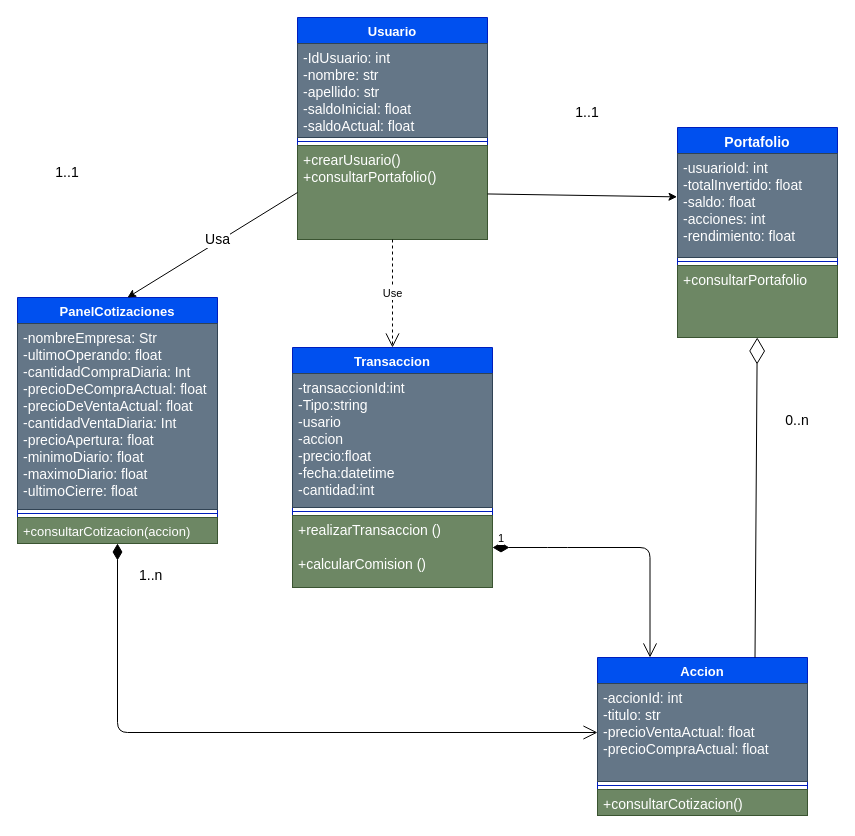
This is programacion/DiagramaDeClases.drawio from ispc-team-13/argBrokerDemo, a draw.io file, before an edit. Source tidied: cells renumbered, new cells numbered last; positions are measured from the earlier drawing's top-left corner, leaving out a move shared by most shapes. Both pictures are drawn from the tidied source at 100%, with x=0, y=0 at pixel (17, 17).
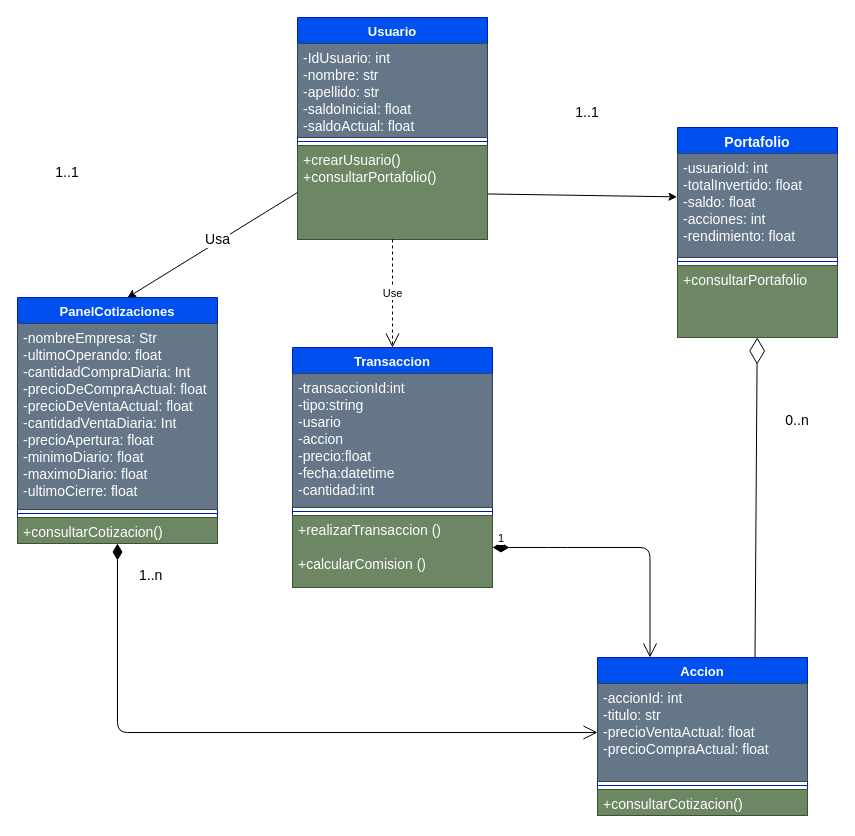
The same diagram, later.

Commit message (it also covers changes not shown here):
Agregado de documentacion de diagrama de clases

The change refers to these unchanged cells:
```xml
<mxCell id="16" value="PanelCotizaciones" style="swimlane;fontStyle=1;align=center;verticalAlign=top;horizontal=1;startSize=26;strokeWidth=1;fontSize=13;fillColor=#0050ef;fontColor=#ffffff;strokeColor=#001DBC;" parent="1" vertex="1">
  <mxGeometry y="280" width="200" height="246" as="geometry" />
</mxCell>
<mxCell id="26" value="Transaccion" style="swimlane;fontStyle=1;align=center;verticalAlign=top;horizontal=1;startSize=26;strokeWidth=1;fontSize=13;fillColor=#0050ef;fontColor=#ffffff;strokeColor=#001DBC;" parent="1" vertex="1">
  <mxGeometry x="275" y="330" width="200" height="240" as="geometry" />
</mxCell>
```

Diff of the diagram source:
```diff
@@
-    <mxCell id="19" value="+consultarCotizacion(accion)" style="text;strokeColor=#3A5431;fillColor=#6d8764;align=left;verticalAlign=top;spacingLeft=4;spacingRight=4;overflow=hidden;strokeWidth=1;fontSize=13;fontColor=#ffffff;" parent="16" vertex="1">
+    <mxCell id="19" value="+consultarCotizacion()" style="text;strokeColor=#3A5431;fillColor=#6d8764;align=left;verticalAlign=top;spacingLeft=4;spacingRight=4;overflow=hidden;strokeWidth=1;fontSize=14;fontColor=#ffffff;" parent="16" vertex="1">
       <mxGeometry y="220" width="200" height="26" as="geometry" />
     </mxCell>
@@
-    <mxCell id="27" value="-transaccionId:int&#10;-Tipo:string&#10;-usario&#10;-accion&#10;-precio:float&#10;-fecha:datetime&#10;-cantidad:int" style="text;strokeColor=#314354;fillColor=#647687;align=left;verticalAlign=top;spacingLeft=4;spacingRight=4;overflow=hidden;strokeWidth=1;fontSize=14;fontColor=#ffffff;" parent="26" vertex="1">
+    <mxCell id="27" value="-transaccionId:int&#10;-tipo:string&#10;-usario&#10;-accion&#10;-precio:float&#10;-fecha:datetime&#10;-cantidad:int" style="text;strokeColor=#314354;fillColor=#647687;align=left;verticalAlign=top;spacingLeft=4;spacingRight=4;overflow=hidden;strokeWidth=1;fontSize=14;fontColor=#ffffff;" parent="26" vertex="1">
       <mxGeometry y="26" width="200" height="134" as="geometry" />
     </mxCell>
```
